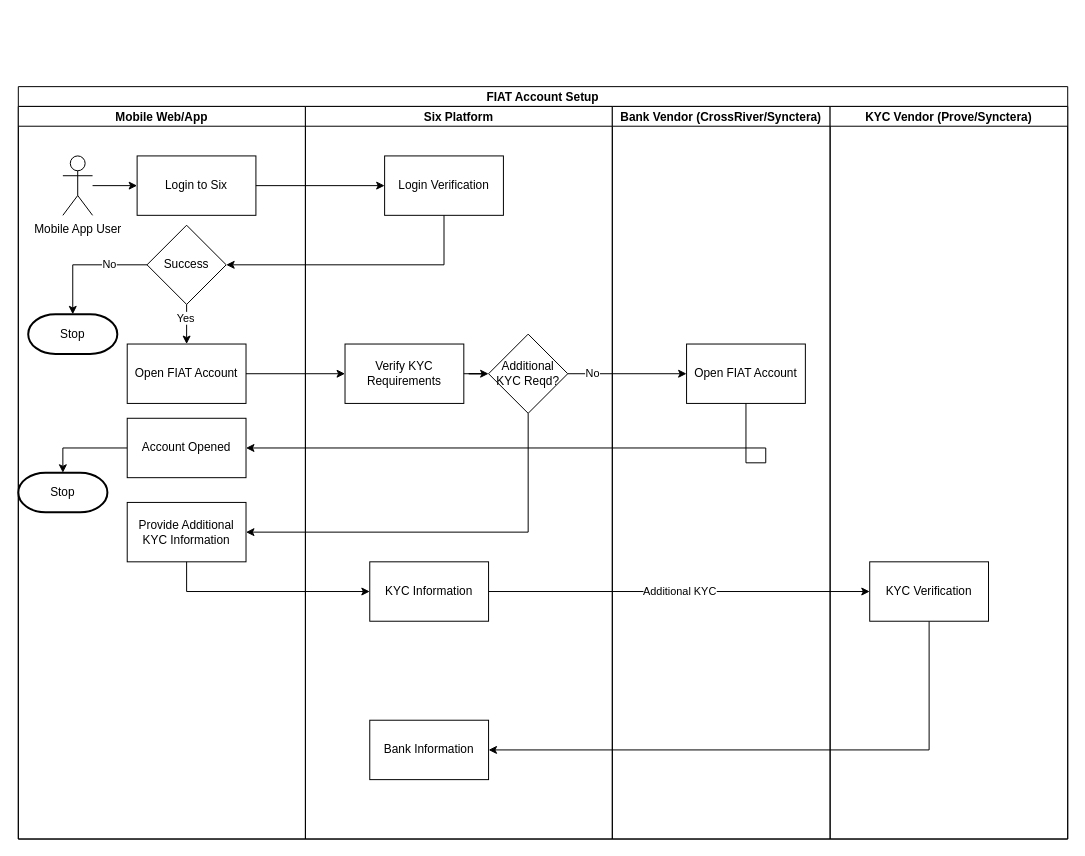
Above: page "FIAT Account" (4 of 9) of Architecture-Six.drawio in vmandalam/Documents (draw.io), before the change. Source tidied: cells renumbered, new cells numbered last; positions are measured from the earlier drawing's top-left corner, leaving out a move shared by most shapes. Both pictures are drawn from the tidied source at 99%, with x=0, y=0 at pixel (18, 86).
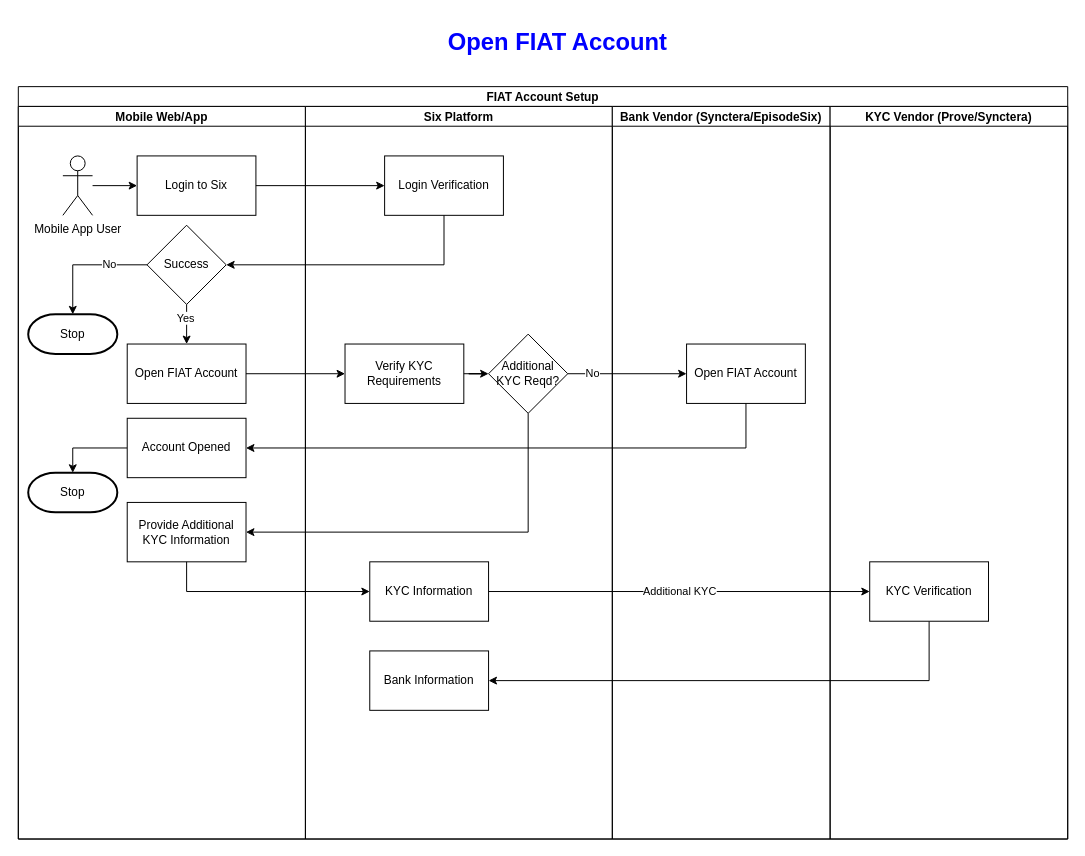
The same page after the edit.

Unchanged cells that the change refers to:
```xml
<mxCell id="2" value="FIAT Account Setup" style="swimlane;startSize=20;" parent="1" vertex="1">
  <mxGeometry width="1060" height="760" as="geometry" />
</mxCell>
<mxCell id="3" value="Mobile Web/App" style="swimlane;startSize=20;" parent="2" vertex="1">
  <mxGeometry y="20" width="290" height="740" as="geometry" />
</mxCell>
<mxCell id="15" value="Account Opened" style="rounded=0;whiteSpace=wrap;html=1;" parent="3" vertex="1">
  <mxGeometry x="110" y="315" width="120" height="60" as="geometry" />
</mxCell>
<mxCell id="22" value="Six Platform" style="swimlane;startSize=20;" parent="2" vertex="1">
  <mxGeometry x="290" y="20" width="310" height="740" as="geometry" />
</mxCell>
<mxCell id="30" value="Open FIAT Account" style="whiteSpace=wrap;html=1;rounded=0;" parent="29" vertex="1">
  <mxGeometry x="75" y="240" width="120" height="60" as="geometry" />
</mxCell>
```

What changed in the source:
```diff
@@
     <mxCell id="16" value="Stop" style="strokeWidth=2;html=1;shape=mxgraph.flowchart.terminator;whiteSpace=wrap;" parent="3" vertex="1">
-      <mxGeometry y="370" width="90" height="40" as="geometry" />
+      <mxGeometry x="10" y="370" width="90" height="40" as="geometry" />
     </mxCell>
@@
     <mxCell id="27" value="Bank Information" style="rounded=0;whiteSpace=wrap;html=1;" parent="22" vertex="1">
-      <mxGeometry x="65" y="620" width="120" height="60" as="geometry" />
+      <mxGeometry x="65" y="550" width="120" height="60" as="geometry" />
     </mxCell>
@@
-    <mxCell id="29" value="Bank Vendor (CrossRiver/Synctera)" style="swimlane;startSize=20;" parent="2" vertex="1">
+    <mxCell id="29" value="Bank Vendor (Synctera/EpisodeSix)" style="swimlane;startSize=20;" parent="2" vertex="1">
       <mxGeometry x="600" y="20" width="220" height="740" as="geometry" />
     </mxCell>
@@
     <mxCell id="35" style="edgeStyle=orthogonalEdgeStyle;rounded=0;jettySize=auto;html=1;exitX=0.5;exitY=1;exitDx=0;exitDy=0;entryX=1;entryY=0.5;entryDx=0;entryDy=0;" parent="2" edge="1" source="30" target="15">
       <mxGeometry relative="1" as="geometry">
         <Array as="points">
-          <mxPoint x="755" y="380" />
+          <mxPoint x="735" y="365" />
         </Array>
       </mxGeometry>
     </mxCell>
@@
+    <mxCell id="37" value="Open FIAT Account" style="text;html=1;strokeColor=none;fillColor=none;align=center;verticalAlign=middle;whiteSpace=wrap;rounded=0;fontSize=24;fontColor=#0000FF;fontStyle=1;" parent="1" vertex="1">
+      <mxGeometry x="360" y="-70" width="370" height="50" as="geometry" />
+    </mxCell>
```
